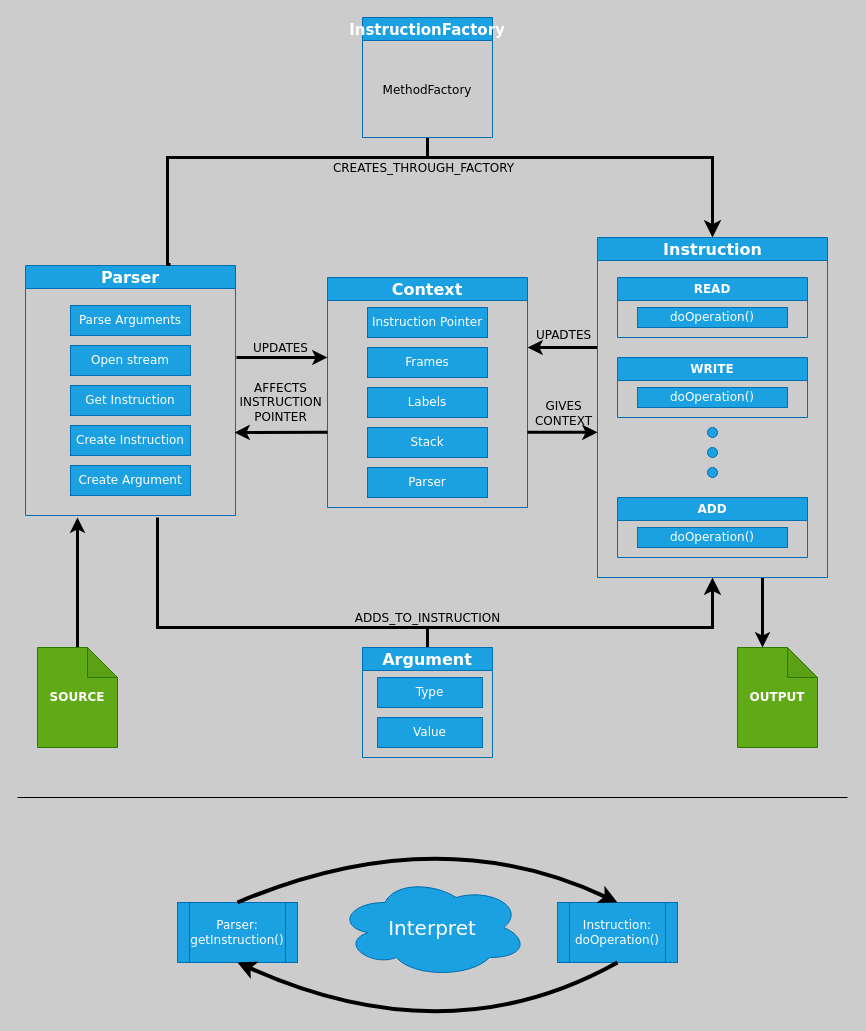
The draw.io diagram uml.dio in fix1t/but-ipp-interpret, before the edit. Source tidied: cells renumbered, new cells numbered last; positions are measured from the earlier drawing's top-left corner, leaving out a move shared by most shapes. Both pictures are drawn from the tidied source at 100%, with x=0, y=0 at pixel (17, 17).
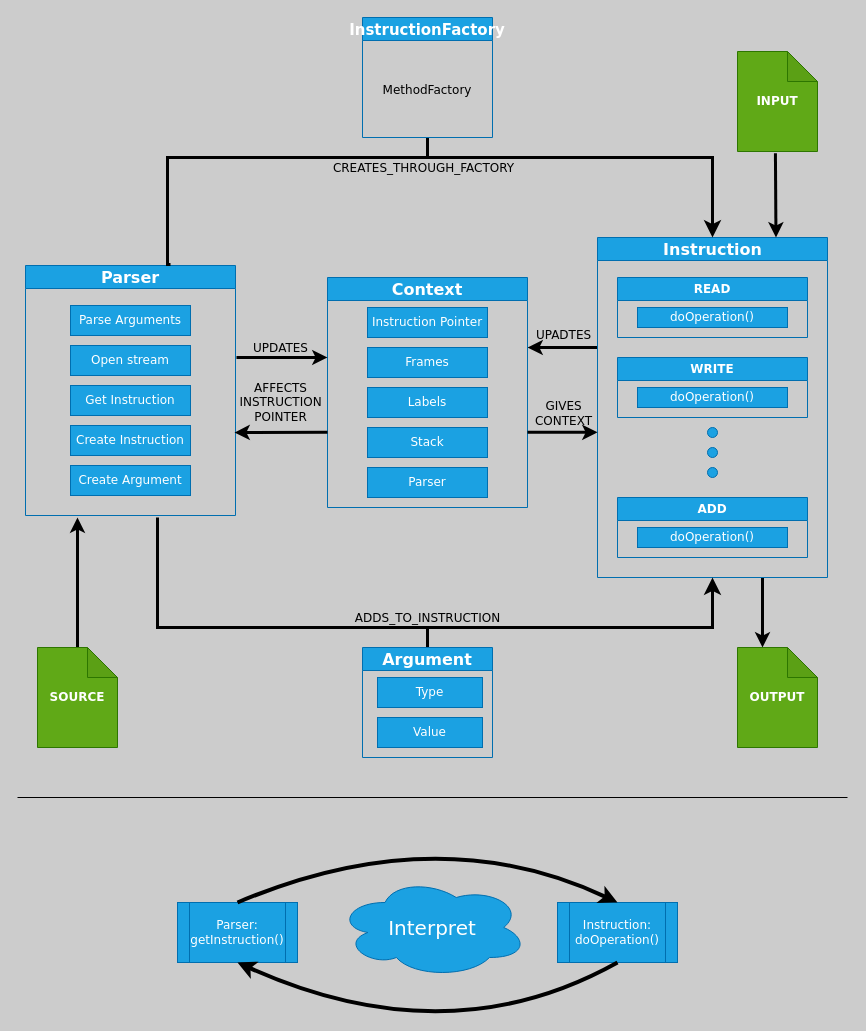
Above is the later version.

Unchanged cells that the change refers to:
```xml
<mxCell id="28" value="Instruction" style="swimlane;fontFamily=Verdana;fontSize=16;labelBorderColor=none;labelBackgroundColor=none;html=1;fillColor=#1ba1e2;strokeColor=#006EAF;fontColor=#ffffff;" parent="1" vertex="1">
  <mxGeometry x="580" y="220" width="230" height="340" as="geometry" />
</mxCell>
```

Diff of the diagram source:
```diff
@@
+    <mxCell id="53" style="edgeStyle=none;rounded=0;sketch=0;shadow=0;fontSize=12;startArrow=none;startFill=0;endArrow=classic;endFill=1;fontFamily=Verdana;labelBorderColor=none;html=1;fontColor=#000000;fillColor=#1ba1e2;strokeColor=#000000;strokeWidth=3;entryX=0.776;entryY=0;entryDx=0;entryDy=0;entryPerimeter=0;exitX=0.474;exitY=1.018;exitDx=0;exitDy=0;exitPerimeter=0;" parent="1" edge="1" source="54" target="28">
+      <mxGeometry relative="1" as="geometry" />
+    </mxCell>
+    <mxCell id="54" value="INPUT" style="shape=note;whiteSpace=wrap;backgroundOutline=1;darkOpacity=0.05;fontFamily=Verdana;fontSize=12;labelBorderColor=none;html=1;fillColor=#60a917;strokeColor=#2D7600;fontColor=#ffffff;fontStyle=1;" parent="1" vertex="1">
+      <mxGeometry x="720" y="34" width="80" height="100" as="geometry" />
+    </mxCell>
```
